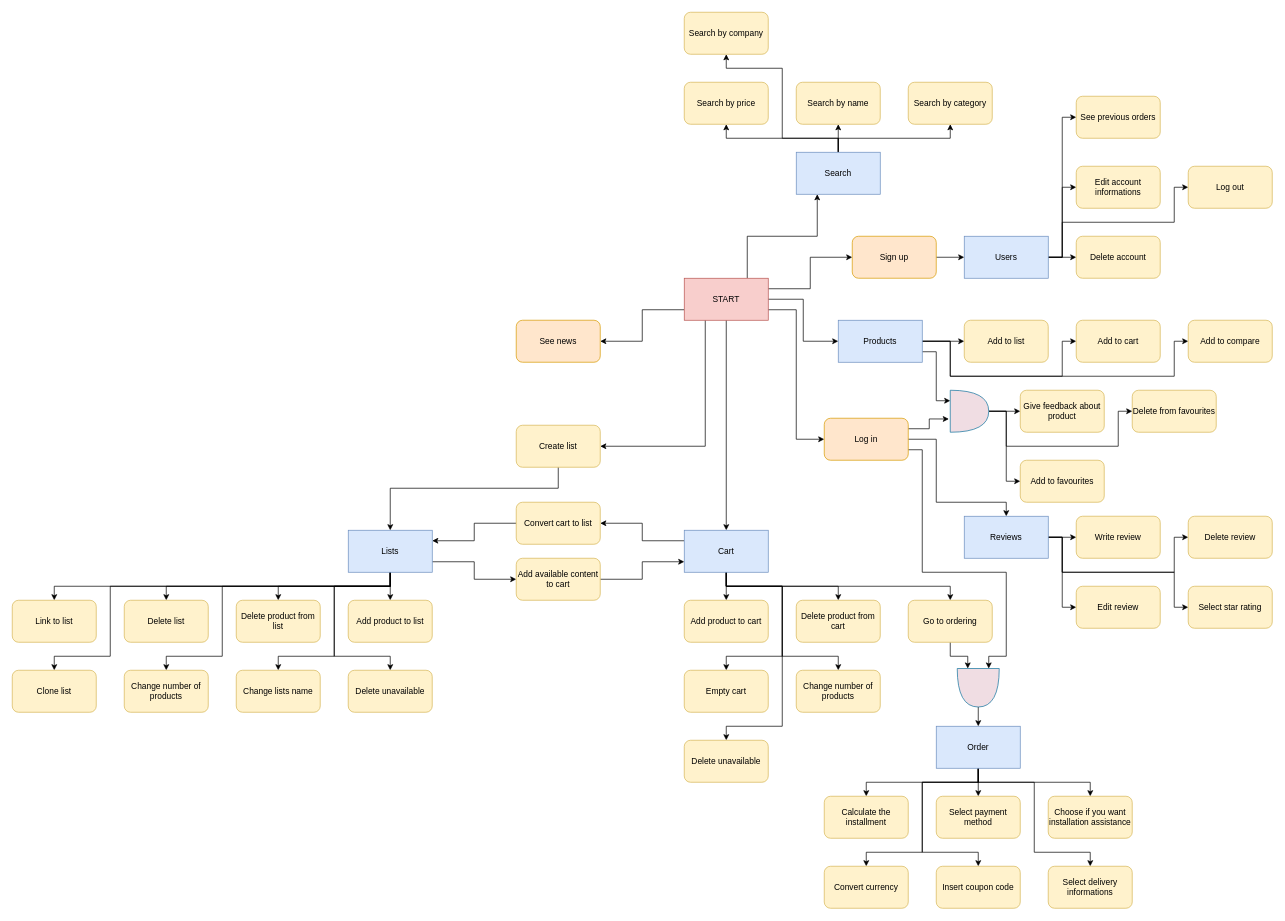
Before: Documentation/DrawioFiles/functionalitiesSchema.drawio in Rumi152/X-KOMdb, a draw.io diagram. Source tidied: cells renumbered, new cells numbered last; positions are measured from the earlier drawing's top-left corner, leaving out a move shared by most shapes. Both pictures are drawn from the tidied source at 70%, with x=0, y=0 at pixel (12, 12).
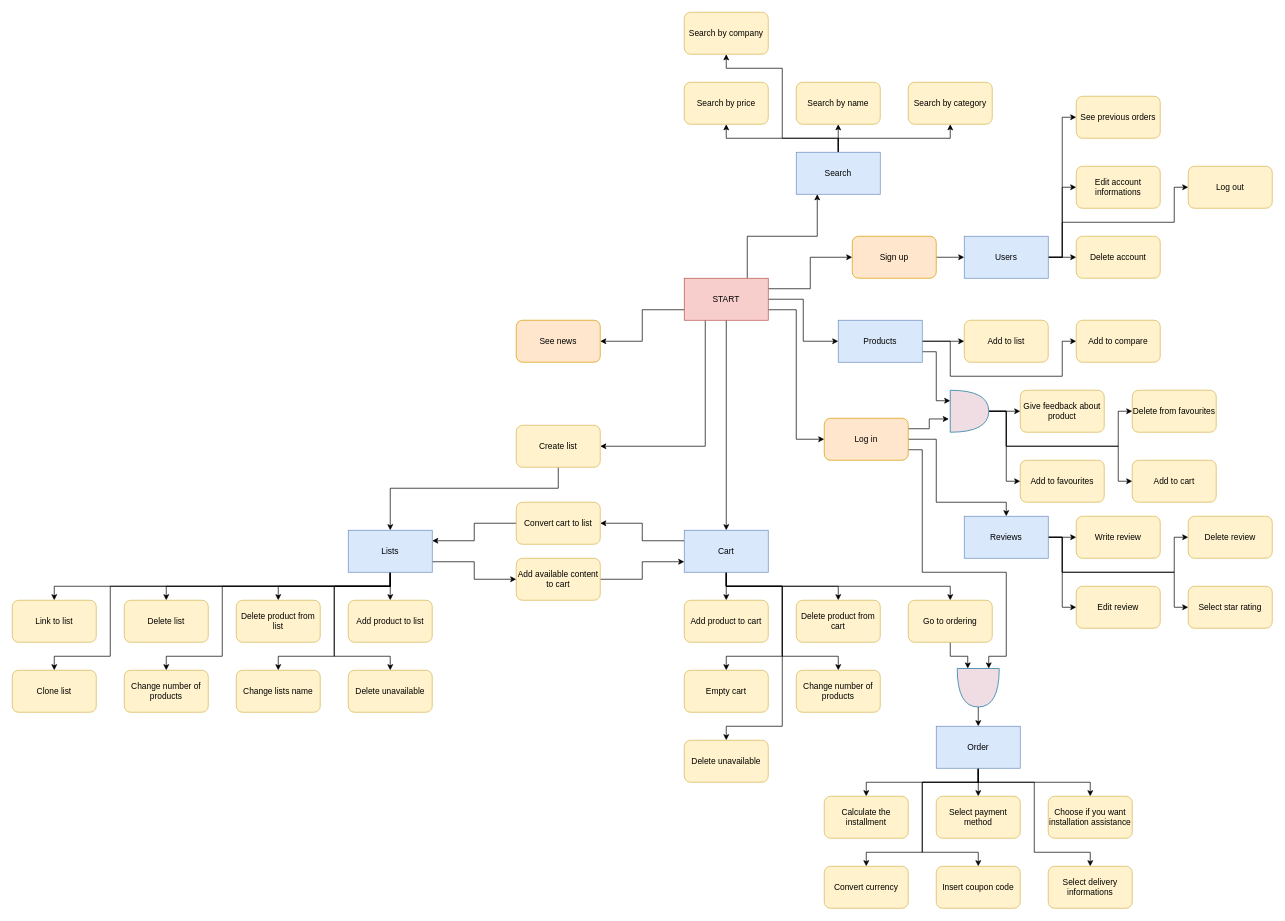
The same page after the edit.

Commit message:
changed that you must be logged in to add product to cart

Unchanged cells that the change refers to:
```xml
<mxCell id="44" value="Products" style="rounded=0;whiteSpace=wrap;html=1;fillColor=#dae8fc;strokeColor=#6c8ebf;fontColor=#000000;" parent="1" vertex="1">
  <mxGeometry x="1180" y="440" width="120" height="60" as="geometry" />
</mxCell>
<mxCell id="107" style="shape=or;whiteSpace=wrap;html=1;rounded=1;strokeColor=#10739e;fontFamily=Helvetica;fontSize=12;fillColor=#F0DDE3;rotation=0;fontColor=#000000;" parent="1" vertex="1">
  <mxGeometry x="1340" y="540" width="55" height="60" as="geometry" />
</mxCell>
```

What changed in the source:
```diff
@@
-    <mxCell id="41" style="edgeStyle=orthogonalEdgeStyle;rounded=0;jettySize=auto;html=1;exitX=1;exitY=0.5;exitDx=0;exitDy=0;entryX=0;entryY=0.5;entryDx=0;entryDy=0;fontFamily=Helvetica;fontSize=12;fontColor=#000000;" parent="1" edge="1" source="44" target="93">
+    <mxCell id="41" style="edgeStyle=orthogonalEdgeStyle;rounded=0;jettySize=auto;html=1;exitX=1;exitY=0.5;exitDx=0;exitDy=0;entryX=0;entryY=0.5;entryDx=0;entryDy=0;fontFamily=Helvetica;fontSize=12;fontColor=#000000;exitPerimeter=0;" parent="1" edge="1" source="107" target="93">
       <mxGeometry relative="1" as="geometry">
         <Array as="points">
-          <mxPoint x="1340" y="470" />
-          <mxPoint x="1340" y="520" />
-          <mxPoint x="1500" y="520" />
-          <mxPoint x="1500" y="470" />
+          <mxPoint x="1420" y="570" />
+          <mxPoint x="1420" y="620" />
+          <mxPoint x="1580" y="620" />
+          <mxPoint x="1580" y="670" />
         </Array>
       </mxGeometry>
     </mxCell>
     <mxCell id="42" style="edgeStyle=orthogonalEdgeStyle;rounded=0;jettySize=auto;html=1;exitX=1;exitY=0.5;exitDx=0;exitDy=0;entryX=0;entryY=0.5;entryDx=0;entryDy=0;fontFamily=Helvetica;fontSize=12;fontColor=#000000;" parent="1" edge="1" source="44" target="98">
       <mxGeometry relative="1" as="geometry">
         <Array as="points">
           <mxPoint x="1340" y="470" />
           <mxPoint x="1340" y="520" />
-          <mxPoint x="1660" y="520" />
-          <mxPoint x="1660" y="470" />
+          <mxPoint x="1500" y="520" />
+          <mxPoint x="1500" y="470" />
         </Array>
       </mxGeometry>
     </mxCell>
@@
     <mxCell id="93" value="Add to cart" style="rounded=1;whiteSpace=wrap;html=1;strokeColor=#d6b656;fontFamily=Helvetica;fontSize=12;fontColor=#000000;fillColor=#fff2cc;" parent="1" vertex="1">
-      <mxGeometry x="1520" y="440" width="120" height="60" as="geometry" />
+      <mxGeometry x="1600" y="640" width="120" height="60" as="geometry" />
     </mxCell>
@@
     <mxCell id="98" value="Add to compare" style="rounded=1;whiteSpace=wrap;html=1;strokeColor=#d6b656;fontFamily=Helvetica;fontSize=12;fontColor=#000000;fillColor=#fff2cc;" parent="1" vertex="1">
-      <mxGeometry x="1680" y="440" width="120" height="60" as="geometry" />
+      <mxGeometry x="1520" y="440" width="120" height="60" as="geometry" />
     </mxCell>
```
